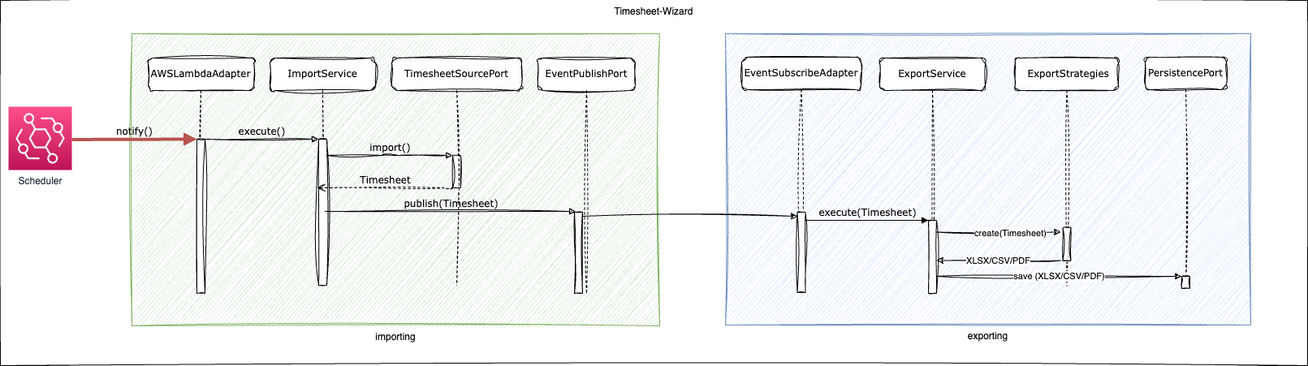
tinohertlein/timesheet-wizard keeps this draw.io diagram as docs/assets/dynamic-level-1.drawio.png. Above is the earlier version. Source tidied: cells renumbered, new cells last; positions are measured from the earlier drawing's top-left corner, leaving out a move shared by most shapes.
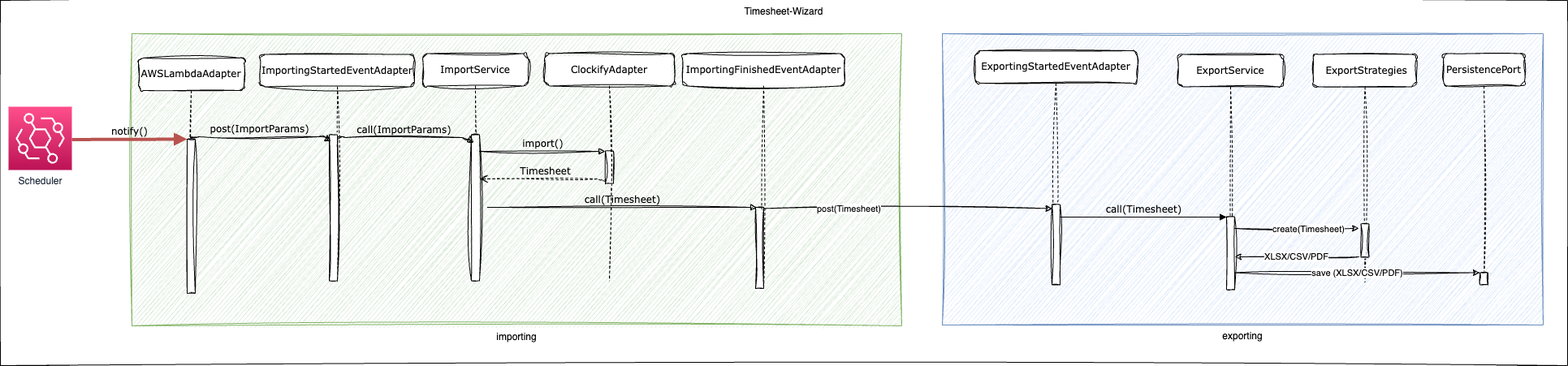
Above is the later version.

The edit, as a diff of the source:
```diff
@@ -3,81 +3,81 @@
     <mxCell id="0" />
     <mxCell id="1" parent="0" />
     <mxCell id="2" value="Timesheet-Wizard" style="rounded=0;whiteSpace=wrap;html=1;sketch=1;fillStyle=solid;verticalAlign=top;" parent="1" vertex="1">
-      <mxGeometry width="1610" height="450" as="geometry" />
+      <mxGeometry width="1930" height="450" as="geometry" />
     </mxCell>
     <mxCell id="3" value="exporting" style="rounded=0;whiteSpace=wrap;html=1;labelPosition=center;verticalLabelPosition=bottom;align=center;verticalAlign=top;sketch=1;curveFitting=1;jiggle=2;fillColor=#dae8fc;strokeColor=#6c8ebf;" parent="1" vertex="1">
-      <mxGeometry x="893" y="41" width="647" height="359" as="geometry" />
+      <mxGeometry x="1160" y="41" width="740" height="359" as="geometry" />
     </mxCell>
     <mxCell id="4" value="importing" style="rounded=0;whiteSpace=wrap;html=1;labelPosition=center;verticalLabelPosition=bottom;align=center;verticalAlign=top;sketch=1;curveFitting=1;jiggle=2;fillColor=#d5e8d4;strokeColor=#82b366;" parent="1" vertex="1">
-      <mxGeometry x="162" y="41" width="650" height="360" as="geometry" />
+      <mxGeometry x="162" y="41" width="948" height="360" as="geometry" />
     </mxCell>
     <mxCell id="5" value="ImportService" style="shape=umlLifeline;perimeter=lifelinePerimeter;whiteSpace=wrap;html=1;rounded=1;shadow=0;comic=0;labelBackgroundColor=none;strokeWidth=1;fontFamily=Verdana;fontSize=12;align=center;sketch=1;curveFitting=1;jiggle=2;" parent="1" vertex="1">
-      <mxGeometry x="332" y="71" width="130" height="280" as="geometry" />
+      <mxGeometry x="520" y="65.5" width="130" height="280" as="geometry" />
     </mxCell>
     <mxCell id="6" style="html=1;points=[];perimeter=orthogonalPerimeter;rounded=0;shadow=0;comic=0;labelBackgroundColor=none;strokeWidth=1;fontFamily=Verdana;fontSize=12;align=center;sketch=1;curveFitting=1;jiggle=2;" parent="5" vertex="1">
       <mxGeometry x="60" y="100" width="10" height="180" as="geometry" />
     </mxCell>
-    <mxCell id="7" value="TimesheetSourcePort" style="shape=umlLifeline;perimeter=lifelinePerimeter;whiteSpace=wrap;html=1;rounded=1;shadow=0;comic=0;labelBackgroundColor=none;strokeWidth=1;fontFamily=Verdana;fontSize=12;align=center;sketch=1;curveFitting=1;jiggle=2;" parent="1" vertex="1">
-      <mxGeometry x="482" y="71" width="160" height="280" as="geometry" />
+    <mxCell id="7" value="ClockifyAdapter" style="shape=umlLifeline;perimeter=lifelinePerimeter;whiteSpace=wrap;html=1;rounded=1;shadow=0;comic=0;labelBackgroundColor=none;strokeWidth=1;fontFamily=Verdana;fontSize=12;align=center;sketch=1;curveFitting=1;jiggle=2;" parent="1" vertex="1">
+      <mxGeometry x="670" y="65.5" width="160" height="280" as="geometry" />
     </mxCell>
     <mxCell id="8" style="html=1;points=[];perimeter=orthogonalPerimeter;rounded=0;shadow=0;comic=0;labelBackgroundColor=none;strokeWidth=1;fontFamily=Verdana;fontSize=12;align=center;sketch=1;curveFitting=1;jiggle=2;" parent="7" vertex="1">
       <mxGeometry x="75" y="120" width="10" height="40" as="geometry" />
     </mxCell>
-    <mxCell id="9" value="publish(Timesheet)" style="html=1;verticalAlign=bottom;endArrow=block;labelBackgroundColor=none;fontFamily=Verdana;fontSize=12;edgeStyle=elbowEdgeStyle;elbow=vertical;entryX=0.2;entryY=-0.005;entryDx=0;entryDy=0;entryPerimeter=0;sketch=1;curveFitting=1;jiggle=2;" parent="7" edge="1" target="11">
+    <mxCell id="9" value="call(Timesheet)" style="html=1;verticalAlign=bottom;endArrow=block;labelBackgroundColor=none;fontFamily=Verdana;fontSize=12;edgeStyle=elbowEdgeStyle;elbow=vertical;entryX=0.2;entryY=-0.005;entryDx=0;entryDy=0;entryPerimeter=0;sketch=1;curveFitting=1;jiggle=2;" parent="7" edge="1" target="11">
       <mxGeometry relative="1" as="geometry">
-        <mxPoint x="-82" y="189" as="sourcePoint" />
+        <mxPoint x="-70" y="189.5" as="sourcePoint" />
       </mxGeometry>
     </mxCell>
-    <mxCell id="10" value="EventPublishPort" style="shape=umlLifeline;perimeter=lifelinePerimeter;whiteSpace=wrap;html=1;rounded=1;shadow=0;comic=0;labelBackgroundColor=none;strokeWidth=1;fontFamily=Verdana;fontSize=12;align=center;sketch=1;curveFitting=1;jiggle=2;" parent="1" vertex="1">
-      <mxGeometry x="662" y="71" width="120" height="290" as="geometry" />
+    <mxCell id="10" value="ImportingFinishedEventAdapter" style="shape=umlLifeline;perimeter=lifelinePerimeter;whiteSpace=wrap;html=1;rounded=1;shadow=0;comic=0;labelBackgroundColor=none;strokeWidth=1;fontFamily=Verdana;fontSize=12;align=center;sketch=1;curveFitting=1;jiggle=2;" parent="1" vertex="1">
+      <mxGeometry x="840" y="65.5" width="200" height="290" as="geometry" />
     </mxCell>
     <mxCell id="11" style="html=1;points=[];perimeter=orthogonalPerimeter;rounded=0;shadow=0;comic=0;labelBackgroundColor=none;strokeWidth=1;fontFamily=Verdana;fontSize=12;align=center;sketch=1;curveFitting=1;jiggle=2;" parent="10" vertex="1">
-      <mxGeometry x="45" y="190" width="10" height="100" as="geometry" />
+      <mxGeometry x="90" y="189.5" width="10" height="100" as="geometry" />
     </mxCell>
     <mxCell id="12" value="AWSLambdaAdapter" style="shape=umlLifeline;perimeter=lifelinePerimeter;whiteSpace=wrap;html=1;rounded=1;shadow=0;comic=0;labelBackgroundColor=none;strokeWidth=1;fontFamily=Verdana;fontSize=12;align=center;sketch=1;curveFitting=1;jiggle=2;" parent="1" vertex="1">
-      <mxGeometry x="182" y="71" width="130" height="290" as="geometry" />
+      <mxGeometry x="170" y="71" width="130" height="290" as="geometry" />
     </mxCell>
     <mxCell id="13" style="html=1;points=[];perimeter=orthogonalPerimeter;rounded=0;shadow=0;comic=0;labelBackgroundColor=none;strokeWidth=1;fontFamily=Verdana;fontSize=12;align=center;sketch=1;curveFitting=1;jiggle=2;" parent="12" vertex="1">
       <mxGeometry x="60" y="100" width="10" height="190" as="geometry" />
     </mxCell>
-    <mxCell id="14" value="Timesheet" style="html=1;verticalAlign=bottom;endArrow=open;dashed=1;endSize=8;labelBackgroundColor=none;fontFamily=Verdana;fontSize=12;edgeStyle=elbowEdgeStyle;elbow=vertical;exitX=0;exitY=1.025;exitDx=0;exitDy=0;exitPerimeter=0;entryX=-0.2;entryY=0.333;entryDx=0;entryDy=0;entryPerimeter=0;sketch=1;curveFitting=1;jiggle=2;" parent="1" edge="1" source="8" target="6">
+    <mxCell id="14" value="Timesheet" style="html=1;verticalAlign=bottom;endArrow=open;dashed=1;endSize=8;labelBackgroundColor=none;fontFamily=Verdana;fontSize=12;edgeStyle=elbowEdgeStyle;elbow=vertical;exitX=0;exitY=1.025;exitDx=0;exitDy=0;exitPerimeter=0;sketch=1;curveFitting=1;jiggle=2;" parent="1" edge="1" source="8">
       <mxGeometry relative="1" as="geometry">
+        <mxPoint x="590" y="220" as="targetPoint" />
         <Array as="points">
-          <mxPoint x="502" y="231" />
-          <mxPoint x="412" y="251" />
+          <mxPoint x="680" y="220" />
           <mxPoint x="812" y="251" />
         </Array>
       </mxGeometry>
     </mxCell>
-    <mxCell id="15" value="execute()" style="html=1;verticalAlign=bottom;endArrow=block;entryX=0;entryY=0;labelBackgroundColor=none;fontFamily=Verdana;fontSize=12;edgeStyle=elbowEdgeStyle;elbow=vertical;sketch=1;curveFitting=1;jiggle=2;" parent="1" edge="1" source="13" target="6">
+    <mxCell id="15" value="post(ImportParams)" style="html=1;verticalAlign=bottom;endArrow=block;entryX=-0.25;entryY=-0.003;labelBackgroundColor=none;fontFamily=Verdana;fontSize=12;edgeStyle=elbowEdgeStyle;elbow=vertical;sketch=1;curveFitting=1;jiggle=2;entryDx=0;entryDy=0;entryPerimeter=0;" parent="1" edge="1" source="13" target="35">
       <mxGeometry relative="1" as="geometry" />
     </mxCell>
     <mxCell id="16" value="import()" style="html=1;verticalAlign=bottom;endArrow=block;entryX=0;entryY=0;labelBackgroundColor=none;fontFamily=Verdana;fontSize=12;edgeStyle=elbowEdgeStyle;elbow=vertical;sketch=1;curveFitting=1;jiggle=2;" parent="1" edge="1" source="6" target="8">
       <mxGeometry relative="1" as="geometry" />
     </mxCell>
     <mxCell id="17" value="ExportService" style="shape=umlLifeline;perimeter=lifelinePerimeter;whiteSpace=wrap;html=1;rounded=1;shadow=0;comic=0;labelBackgroundColor=none;strokeWidth=1;fontFamily=Verdana;fontSize=12;align=center;sketch=1;curveFitting=1;jiggle=2;" parent="1" vertex="1">
-      <mxGeometry x="1083" y="71" width="130" height="290" as="geometry" />
+      <mxGeometry x="1450" y="66.5" width="130" height="290" as="geometry" />
     </mxCell>
     <mxCell id="18" style="html=1;points=[];perimeter=orthogonalPerimeter;rounded=0;shadow=0;comic=0;labelBackgroundColor=none;strokeWidth=1;fontFamily=Verdana;fontSize=12;align=center;sketch=1;curveFitting=1;jiggle=2;" parent="17" vertex="1">
       <mxGeometry x="60" y="200" width="10" height="90" as="geometry" />
     </mxCell>
     <mxCell id="19" value="PersistencePort" style="shape=umlLifeline;perimeter=lifelinePerimeter;whiteSpace=wrap;html=1;rounded=1;shadow=0;comic=0;labelBackgroundColor=none;strokeWidth=1;fontFamily=Verdana;fontSize=12;align=center;sketch=1;curveFitting=1;jiggle=2;" parent="1" vertex="1">
-      <mxGeometry x="1410" y="70" width="100" height="280" as="geometry" />
+      <mxGeometry x="1777" y="65.5" width="100" height="280" as="geometry" />
     </mxCell>
     <mxCell id="20" style="html=1;points=[];perimeter=orthogonalPerimeter;rounded=0;shadow=0;comic=0;labelBackgroundColor=none;strokeWidth=1;fontFamily=Verdana;fontSize=12;align=center;sketch=1;curveFitting=1;jiggle=2;" parent="19" vertex="1">
       <mxGeometry x="45" y="270" width="10" height="15" as="geometry" />
     </mxCell>
-    <mxCell id="21" value="EventSubscribeAdapter" style="shape=umlLifeline;perimeter=lifelinePerimeter;whiteSpace=wrap;html=1;rounded=1;shadow=0;comic=0;labelBackgroundColor=none;strokeWidth=1;fontFamily=Verdana;fontSize=12;align=center;sketch=1;curveFitting=1;jiggle=2;" parent="1" vertex="1">
-      <mxGeometry x="913" y="70" width="147" height="290" as="geometry" />
+    <mxCell id="21" value="ExportingStartedEventAdapter" style="shape=umlLifeline;perimeter=lifelinePerimeter;whiteSpace=wrap;html=1;rounded=1;shadow=0;comic=0;labelBackgroundColor=none;strokeWidth=1;fontFamily=Verdana;fontSize=12;align=center;sketch=1;curveFitting=1;jiggle=2;" parent="1" vertex="1">
+      <mxGeometry x="1200" y="62" width="200" height="290" as="geometry" />
     </mxCell>
     <mxCell id="22" style="html=1;points=[];perimeter=orthogonalPerimeter;rounded=0;shadow=0;comic=0;labelBackgroundColor=none;strokeWidth=1;fontFamily=Verdana;fontSize=12;align=center;sketch=1;curveFitting=1;jiggle=2;" parent="21" vertex="1">
-      <mxGeometry x="68.5" y="191" width="10" height="99" as="geometry" />
+      <mxGeometry x="95" y="189.5" width="10" height="99" as="geometry" />
     </mxCell>
-    <mxCell id="23" value="execute(Timesheet)" style="html=1;verticalAlign=bottom;endArrow=block;entryX=0;entryY=0;labelBackgroundColor=none;fontFamily=Verdana;fontSize=12;edgeStyle=elbowEdgeStyle;elbow=vertical;" parent="1" edge="1" source="22" target="18">
+    <mxCell id="23" value="call(Timesheet)" style="html=1;verticalAlign=bottom;endArrow=block;entryX=0;entryY=0;labelBackgroundColor=none;fontFamily=Verdana;fontSize=12;edgeStyle=elbowEdgeStyle;elbow=vertical;" parent="1" edge="1" source="22" target="18">
       <mxGeometry relative="1" as="geometry" />
     </mxCell>
     <mxCell id="24" value="&amp;nbsp;ExportStrategies" style="shape=umlLifeline;perimeter=lifelinePerimeter;whiteSpace=wrap;html=1;rounded=1;shadow=0;comic=0;labelBackgroundColor=none;strokeWidth=1;fontFamily=Verdana;fontSize=12;align=center;sketch=1;curveFitting=1;jiggle=2;" parent="1" vertex="1">
-      <mxGeometry x="1250" y="71" width="127" height="281" as="geometry" />
+      <mxGeometry x="1617" y="66.5" width="127" height="281" as="geometry" />
     </mxCell>
     <mxCell id="25" style="html=1;points=[];perimeter=orthogonalPerimeter;rounded=0;shadow=0;comic=0;labelBackgroundColor=none;strokeWidth=1;fontFamily=Verdana;fontSize=12;align=center;sketch=1;curveFitting=1;jiggle=2;" parent="24" vertex="1">
       <mxGeometry x="58.5" y="209" width="10" height="41" as="geometry" />
@@ -85,7 +85,7 @@
     <mxCell id="26" value="notify()" style="html=1;verticalAlign=bottom;endArrow=block;labelBackgroundColor=none;fontFamily=Verdana;fontSize=12;edgeStyle=elbowEdgeStyle;elbow=vertical;fillColor=#f8cecc;strokeColor=#b85450;strokeWidth=4;" parent="1" edge="1">
       <mxGeometry relative="1" as="geometry">
         <mxPoint x="88" y="171.4" as="sourcePoint" />
-        <mxPoint x="242" y="171" as="targetPoint" />
+        <mxPoint x="230" y="171" as="targetPoint" />
         <Array as="points">
           <mxPoint x="218" y="171" />
         </Array>
@@ -103,11 +103,25 @@
     <mxCell id="30" style="endArrow=classic;html=1;rounded=0;entryX=0.05;entryY=0.05;entryDx=0;entryDy=0;entryPerimeter=0;sketch=1;curveFitting=1;jiggle=2;" parent="1" edge="1" source="11" target="22">
       <mxGeometry relative="1" as="geometry" />
     </mxCell>
+    <mxCell id="33" value="post(Timesheet)" style="edgeLabel;html=1;align=center;verticalAlign=middle;" parent="30" vertex="1">
+      <mxGeometry x="-0.42" relative="1" as="geometry" />
+    </mxCell>
     <mxCell id="31" style="endArrow=classic;html=1;rounded=0;entryX=-0.25;entryY=0.134;entryDx=0;entryDy=0;entryPerimeter=0;sketch=1;curveFitting=1;jiggle=2;" parent="1" edge="1" source="18" target="25">
       <mxGeometry relative="1" as="geometry" />
     </mxCell>
     <mxCell id="32" value="create(Timesheet)" style="edgeLabel;html=1;align=center;verticalAlign=middle;" parent="31" vertex="1">
       <mxGeometry x="0.18" y="-1" relative="1" as="geometry" />
     </mxCell>
+    <mxCell id="34" value="ImportingStartedEventAdapter" style="shape=umlLifeline;perimeter=lifelinePerimeter;whiteSpace=wrap;html=1;rounded=1;shadow=0;comic=0;labelBackgroundColor=none;strokeWidth=1;fontFamily=Verdana;fontSize=12;align=center;sketch=1;curveFitting=1;jiggle=2;" parent="1" vertex="1">
+      <mxGeometry x="320" y="66.5" width="190" height="280" as="geometry" />
+    </mxCell>
+    <mxCell id="35" style="html=1;points=[];perimeter=orthogonalPerimeter;rounded=0;shadow=0;comic=0;labelBackgroundColor=none;strokeWidth=1;fontFamily=Verdana;fontSize=12;align=center;sketch=1;curveFitting=1;jiggle=2;" parent="34" vertex="1">
+      <mxGeometry x="85" y="99" width="10" height="180" as="geometry" />
+    </mxCell>
+    <mxCell id="36" value="call(ImportParams)" style="html=1;verticalAlign=bottom;endArrow=block;entryX=-0.15;entryY=0.003;labelBackgroundColor=none;fontFamily=Verdana;fontSize=12;edgeStyle=elbowEdgeStyle;elbow=vertical;sketch=1;curveFitting=1;jiggle=2;entryDx=0;entryDy=0;entryPerimeter=0;" parent="34" edge="1" target="6">
+      <mxGeometry relative="1" as="geometry">
+        <mxPoint x="95" y="104.5" as="sourcePoint" />
+      </mxGeometry>
+    </mxCell>
   </root>
 </mxGraphModel>
```
